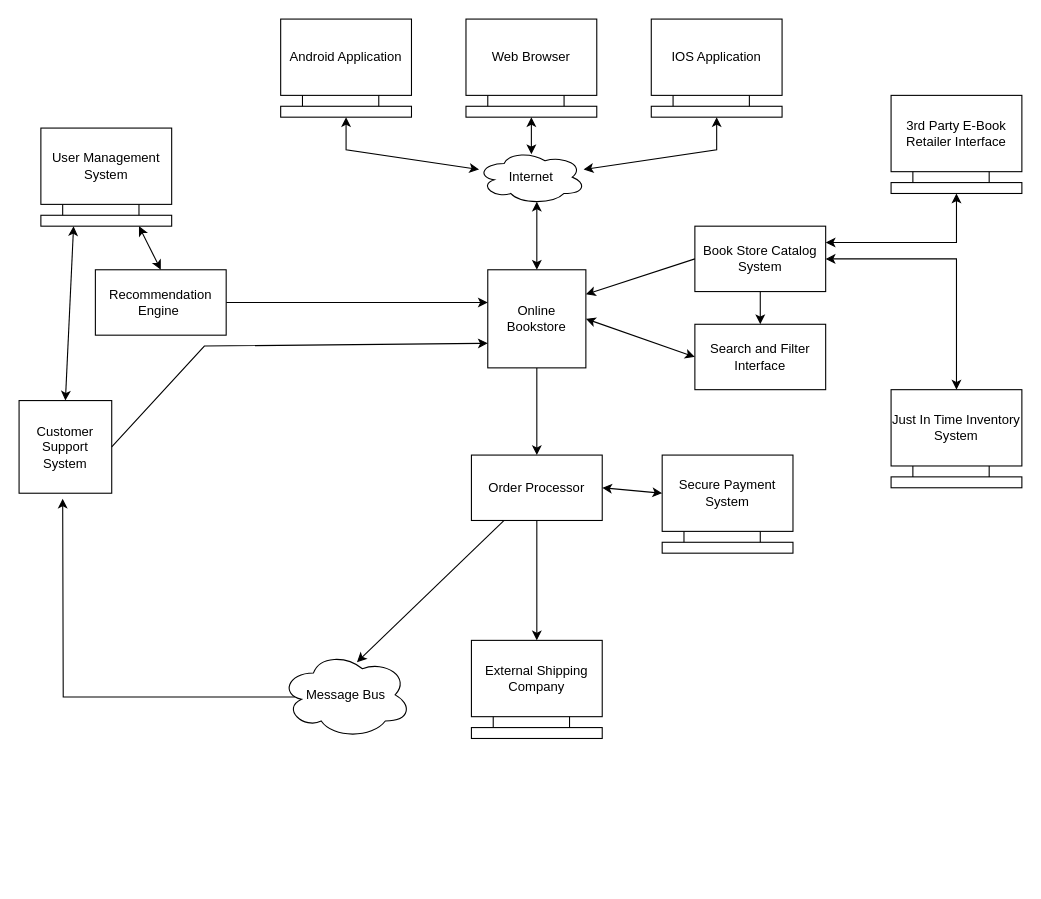
TanHess/Group4-Experimental-Repository keeps this draw.io diagram as Untitled Diagram.drawio. Above is the earlier version. Source tidied: cells renumbered, new cells numbered last; positions are measured from the earlier drawing's top-left corner, leaving out a move shared by most shapes. Both pictures are drawn from the tidied source at 109%, with x=0, y=0 at pixel (19, 19).
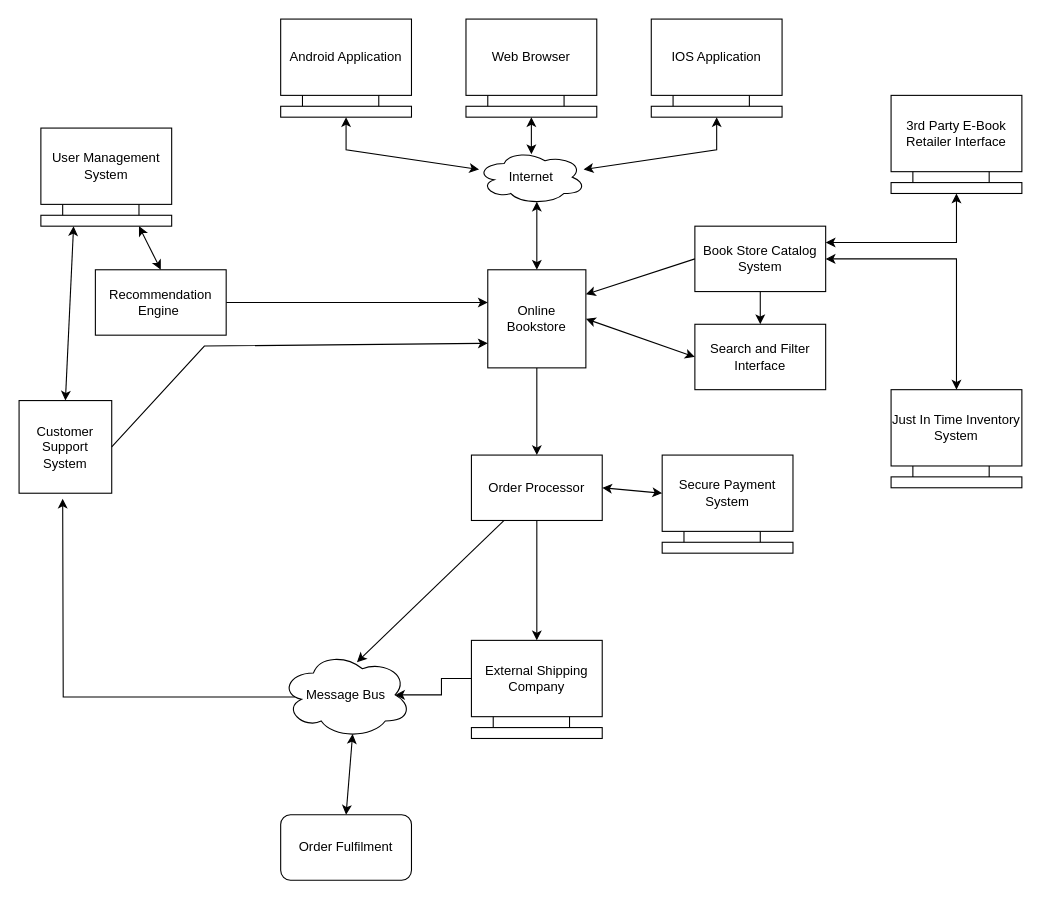
Above is the later version.

Unchanged cells that the change refers to:
```xml
<mxCell id="39" value="External Shipping Company" style="rounded=0;whiteSpace=wrap;html=1;" parent="38" vertex="1">
  <mxGeometry width="120" height="70" as="geometry" />
</mxCell>
<mxCell id="66" value="Message Bus" style="ellipse;shape=cloud;whiteSpace=wrap;html=1;" parent="1" vertex="1">
  <mxGeometry x="240" y="580" width="120" height="80" as="geometry" />
</mxCell>
```

The edit, as a diff of the source:
```diff
@@
+    <mxCell id="68" value="Order Fulfilment" style="rounded=1;whiteSpace=wrap;html=1;" parent="1" vertex="1">
+      <mxGeometry x="240" y="730" width="120" height="60" as="geometry" />
+    </mxCell>
+    <mxCell id="69" style="endArrow=classic;startArrow=classic;html=1;rounded=0;exitX=0.5;exitY=0;exitDx=0;exitDy=0;entryX=0.55;entryY=0.95;entryDx=0;entryDy=0;entryPerimeter=0;" parent="1" edge="1" source="68" target="66">
+      <mxGeometry relative="1" as="geometry" />
+    </mxCell>
+    <mxCell id="70" style="edgeStyle=orthogonalEdgeStyle;rounded=0;jettySize=auto;html=1;entryX=0.875;entryY=0.5;entryDx=0;entryDy=0;entryPerimeter=0;" parent="1" edge="1" source="39" target="66">
+      <mxGeometry relative="1" as="geometry" />
+    </mxCell>
```
